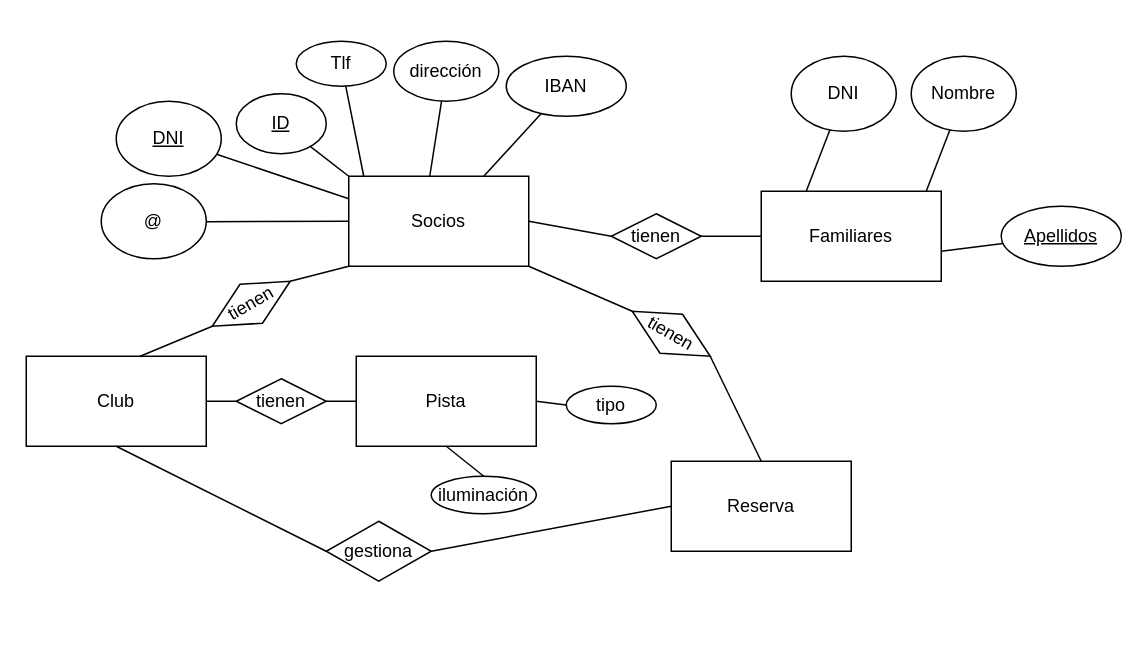
jobenmar/SolucionEjercic keeps this draw.io diagram as Diagrama sin título.drawio. Above is the earlier version. Source tidied: cells renumbered, new cells numbered last; positions are measured from the earlier drawing's top-left corner, leaving out a move shared by most shapes. Both pictures are drawn from the tidied source at 150%, with x=0, y=0 at pixel (26, 40).
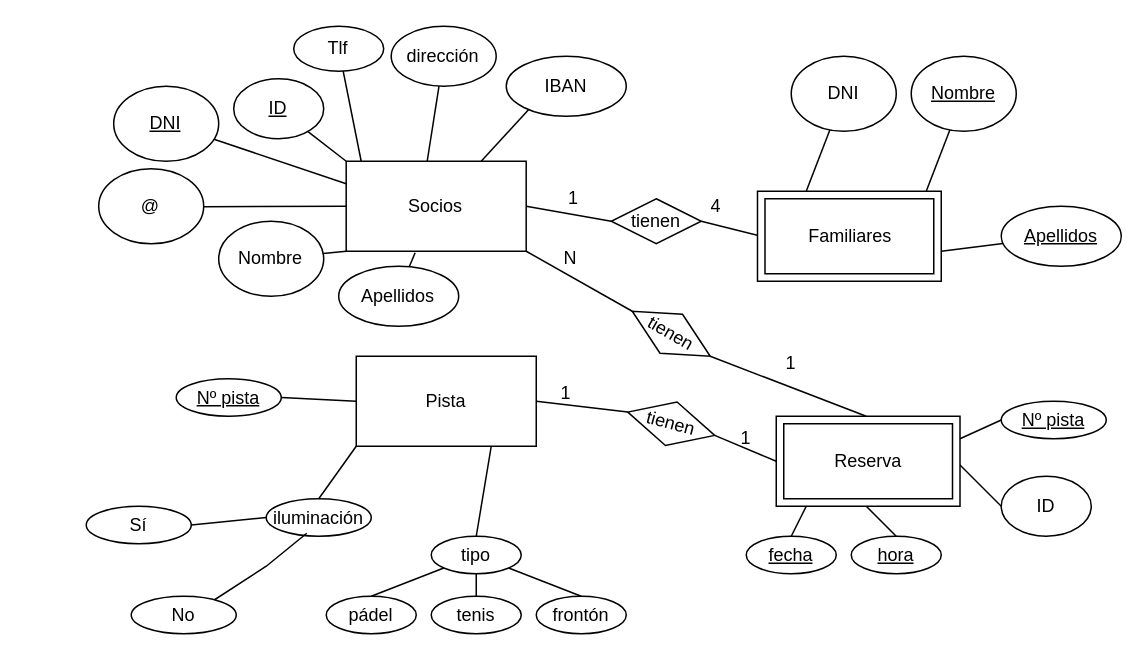
The same diagram, later.

The change refers to these unchanged cells:
```xml
<mxCell id="5" value="Pista" style="rounded=0;whiteSpace=wrap;html=1;" parent="1" vertex="1">
  <mxGeometry x="220" y="210" width="120" height="60" as="geometry" />
</mxCell>
<mxCell id="11" value="IBAN" style="ellipse;whiteSpace=wrap;html=1;" parent="1" vertex="1">
  <mxGeometry x="320" y="10" width="80" height="40" as="geometry" />
</mxCell>
<mxCell id="37" value="tienen" style="rhombus;whiteSpace=wrap;html=1;rotation=30;" parent="1" vertex="1">
  <mxGeometry x="400" y="180" width="60" height="30" as="geometry" />
</mxCell>
```

Diff of the diagram source:
```diff
@@
     <mxCell id="2" value="Socios" style="rounded=0;whiteSpace=wrap;html=1;" parent="1" vertex="1">
-      <mxGeometry x="215" y="90" width="120" height="60" as="geometry" />
+      <mxGeometry x="213.3" y="80" width="120" height="60" as="geometry" />
     </mxCell>
-    <mxCell id="3" value="Club" style="rounded=0;whiteSpace=wrap;html=1;" parent="1" vertex="1">
-      <mxGeometry y="210" width="120" height="60" as="geometry" />
-    </mxCell>
-    <mxCell id="4" value="Familiares" style="rounded=0;whiteSpace=wrap;html=1;" parent="1" vertex="1">
-      <mxGeometry x="490" y="100" width="120" height="60" as="geometry" />
-    </mxCell>
@@
     <mxCell id="7" value="dirección" style="ellipse;whiteSpace=wrap;html=1;" parent="1" vertex="1">
-      <mxGeometry x="245" width="70" height="40" as="geometry" />
+      <mxGeometry x="243.3" y="-10" width="70" height="40" as="geometry" />
     </mxCell>
     <mxCell id="8" style="endArrow=none;html=1;rounded=0;" parent="1" edge="1" target="9">
       <mxGeometry relative="1" as="geometry">
-        <mxPoint x="225" y="90" as="sourcePoint" />
+        <mxPoint x="223.3" y="80" as="sourcePoint" />
       </mxGeometry>
     </mxCell>
     <mxCell id="9" value="Tlf" style="ellipse;whiteSpace=wrap;html=1;" parent="1" vertex="1">
-      <mxGeometry x="180" width="60" height="30" as="geometry" />
+      <mxGeometry x="178.3" y="-10" width="60" height="30" as="geometry" />
     </mxCell>
-    <mxCell id="10" style="endArrow=none;html=1;rounded=0;exitX=0.75;exitY=0;exitDx=0;exitDy=0;" parent="1" edge="1" source="2" target="11">
-      <mxGeometry relative="1" as="geometry" />
+    <mxCell id="10" style="endArrow=none;html=1;rounded=0;exitX=0.75;exitY=0;exitDx=0;exitDy=0;" parent="1" edge="1" source="2">
+      <mxGeometry relative="1" as="geometry">
+        <mxPoint x="341.7" y="38.2" as="targetPoint" />
+      </mxGeometry>
     </mxCell>
@@
     <mxCell id="13" value="&lt;u&gt;ID&lt;/u&gt;" style="ellipse;whiteSpace=wrap;html=1;" parent="1" vertex="1">
-      <mxGeometry x="140" y="35" width="60" height="40" as="geometry" />
+      <mxGeometry x="138.3" y="25" width="60" height="40" as="geometry" />
     </mxCell>
@@
     <mxCell id="15" value="&lt;u&gt;DNI&lt;/u&gt;" style="ellipse;whiteSpace=wrap;html=1;" parent="1" vertex="1">
-      <mxGeometry x="60" y="40" width="70" height="50" as="geometry" />
+      <mxGeometry x="58.3" y="30" width="70" height="50" as="geometry" />
     </mxCell>
@@
     <mxCell id="17" value="@" style="ellipse;whiteSpace=wrap;html=1;" parent="1" vertex="1">
-      <mxGeometry x="50" y="95" width="70" height="50" as="geometry" />
+      <mxGeometry x="48.3" y="85" width="70" height="50" as="geometry" />
     </mxCell>
@@
-    <mxCell id="19" value="Nombre" style="ellipse;whiteSpace=wrap;html=1;" parent="1" vertex="1">
+    <mxCell id="19" value="&lt;u&gt;Nombre&lt;/u&gt;" style="ellipse;whiteSpace=wrap;html=1;" parent="1" vertex="1">
       <mxGeometry x="590" y="10" width="70" height="50" as="geometry" />
     </mxCell>
@@
-    <mxCell id="24" value="Reserva" style="rounded=0;whiteSpace=wrap;html=1;" parent="1" vertex="1">
-      <mxGeometry x="430" y="280" width="120" height="60" as="geometry" />
-    </mxCell>
     <mxCell id="25" value="tienen" style="rhombus;whiteSpace=wrap;html=1;" parent="1" vertex="1">
-      <mxGeometry x="390" y="115" width="60" height="30" as="geometry" />
+      <mxGeometry x="390" y="105" width="60" height="30" as="geometry" />
     </mxCell>
@@
-    <mxCell id="27" style="endArrow=none;html=1;rounded=0;entryX=1;entryY=0.5;entryDx=0;entryDy=0;exitX=0;exitY=0.5;exitDx=0;exitDy=0;" parent="1" edge="1" source="4" target="25">
-      <mxGeometry relative="1" as="geometry" />
+    <mxCell id="27" style="endArrow=none;html=1;rounded=0;entryX=1;entryY=0.5;entryDx=0;entryDy=0;exitX=0;exitY=0.5;exitDx=0;exitDy=0;" parent="1" edge="1" target="25">
+      <mxGeometry relative="1" as="geometry">
+        <mxPoint x="490" y="130" as="sourcePoint" />
+      </mxGeometry>
     </mxCell>
-    <mxCell id="28" value="tienen" style="rhombus;whiteSpace=wrap;html=1;" parent="1" vertex="1">
-      <mxGeometry x="140" y="225" width="60" height="30" as="geometry" />
-    </mxCell>
-    <mxCell id="29" style="endArrow=none;html=1;rounded=0;entryX=1;entryY=0.5;entryDx=0;entryDy=0;exitX=0;exitY=0.5;exitDx=0;exitDy=0;" parent="1" edge="1" source="5" target="28">
-      <mxGeometry relative="1" as="geometry" />
-    </mxCell>
-    <mxCell id="30" style="endArrow=none;html=1;rounded=0;entryX=1;entryY=0.5;entryDx=0;entryDy=0;exitX=0;exitY=0.5;exitDx=0;exitDy=0;" parent="1" edge="1" source="28" target="3">
-      <mxGeometry relative="1" as="geometry" />
-    </mxCell>
-    <mxCell id="31" value="tienen" style="rhombus;whiteSpace=wrap;html=1;rotation=-30;" parent="1" vertex="1">
-      <mxGeometry x="120" y="160" width="60" height="30" as="geometry" />
-    </mxCell>
-    <mxCell id="32" style="endArrow=none;html=1;rounded=0;entryX=1;entryY=0.5;entryDx=0;entryDy=0;exitX=0;exitY=1;exitDx=0;exitDy=0;" parent="1" edge="1" source="2" target="31">
-      <mxGeometry relative="1" as="geometry" />
-    </mxCell>
-    <mxCell id="33" style="endArrow=none;html=1;rounded=0;exitX=0.633;exitY=0;exitDx=0;exitDy=0;exitPerimeter=0;entryX=0;entryY=0.5;entryDx=0;entryDy=0;" parent="1" edge="1" source="3" target="31">
-      <mxGeometry relative="1" as="geometry" />
-    </mxCell>
-    <mxCell id="34" value="gestiona" style="rhombus;whiteSpace=wrap;html=1;rotation=0;" parent="1" vertex="1">
-      <mxGeometry x="200" y="320" width="70" height="40" as="geometry" />
-    </mxCell>
-    <mxCell id="35" style="endArrow=none;html=1;rounded=0;entryX=1;entryY=0.5;entryDx=0;entryDy=0;exitX=0;exitY=0.5;exitDx=0;exitDy=0;" parent="1" edge="1" source="24" target="34">
-      <mxGeometry relative="1" as="geometry" />
-    </mxCell>
-    <mxCell id="36" style="endArrow=none;html=1;rounded=0;entryX=0;entryY=0.5;entryDx=0;entryDy=0;exitX=0.5;exitY=1;exitDx=0;exitDy=0;" parent="1" edge="1" source="3" target="34">
-      <mxGeometry relative="1" as="geometry" />
-    </mxCell>
@@
-    <mxCell id="38" style="endArrow=none;html=1;rounded=0;exitX=0.5;exitY=0;exitDx=0;exitDy=0;entryX=1;entryY=0.5;entryDx=0;entryDy=0;" parent="1" edge="1" source="24" target="37">
-      <mxGeometry relative="1" as="geometry" />
+    <mxCell id="38" style="endArrow=none;html=1;rounded=0;exitX=0.5;exitY=0;exitDx=0;exitDy=0;entryX=1;entryY=0.5;entryDx=0;entryDy=0;" parent="1" edge="1" target="37">
+      <mxGeometry relative="1" as="geometry">
+        <mxPoint x="560" y="250" as="sourcePoint" />
+      </mxGeometry>
     </mxCell>
@@
     <mxCell id="40" value="tipo" style="ellipse;whiteSpace=wrap;html=1;" parent="1" vertex="1">
-      <mxGeometry x="360" y="230" width="60" height="25" as="geometry" />
+      <mxGeometry x="270" y="330" width="60" height="25" as="geometry" />
     </mxCell>
     <mxCell id="41" value="iluminación" style="ellipse;whiteSpace=wrap;html=1;" parent="1" vertex="1">
-      <mxGeometry x="270" y="290" width="70" height="25" as="geometry" />
+      <mxGeometry x="160" y="305" width="70" height="25" as="geometry" />
     </mxCell>
-    <mxCell id="42" style="endArrow=none;html=1;rounded=0;entryX=0.5;entryY=0;entryDx=0;entryDy=0;exitX=0.5;exitY=1;exitDx=0;exitDy=0;" parent="1" edge="1" source="5" target="41">
+    <mxCell id="42" style="endArrow=none;html=1;rounded=0;entryX=0.5;entryY=0;entryDx=0;entryDy=0;exitX=0;exitY=1;exitDx=0;exitDy=0;" parent="1" edge="1" source="5" target="41">
       <mxGeometry relative="1" as="geometry" />
     </mxCell>
-    <mxCell id="43" style="endArrow=none;html=1;rounded=0;entryX=1;entryY=0.5;entryDx=0;entryDy=0;exitX=0;exitY=0.5;exitDx=0;exitDy=0;" parent="1" edge="1" source="40" target="5">
+    <mxCell id="43" style="endArrow=none;html=1;rounded=0;entryX=0.75;entryY=1;entryDx=0;entryDy=0;exitX=0.5;exitY=0;exitDx=0;exitDy=0;" parent="1" edge="1" source="40" target="5">
       <mxGeometry relative="1" as="geometry" />
     </mxCell>
+    <mxCell id="44" value="tienen" style="rhombus;whiteSpace=wrap;html=1;rotation=15;" parent="1" vertex="1">
+      <mxGeometry x="400" y="240" width="60" height="30" as="geometry" />
+    </mxCell>
+    <mxCell id="45" style="endArrow=none;html=1;rounded=0;exitX=1;exitY=0.5;exitDx=0;exitDy=0;entryX=0;entryY=0.5;entryDx=0;entryDy=0;" parent="1" edge="1" source="5" target="44">
+      <mxGeometry relative="1" as="geometry" />
+    </mxCell>
+    <mxCell id="46" style="endArrow=none;html=1;rounded=0;entryX=1;entryY=0.5;entryDx=0;entryDy=0;exitX=0;exitY=0.5;exitDx=0;exitDy=0;" parent="1" edge="1" target="44">
+      <mxGeometry relative="1" as="geometry">
+        <mxPoint x="500" y="280" as="sourcePoint" />
+      </mxGeometry>
+    </mxCell>
+    <mxCell id="47" value="&lt;u&gt;fecha&lt;/u&gt;" style="ellipse;whiteSpace=wrap;html=1;" parent="1" vertex="1">
+      <mxGeometry x="480" y="330" width="60" height="25" as="geometry" />
+    </mxCell>
+    <mxCell id="48" value="&lt;u&gt;hora&lt;/u&gt;" style="ellipse;whiteSpace=wrap;html=1;" parent="1" vertex="1">
+      <mxGeometry x="550" y="330" width="60" height="25" as="geometry" />
+    </mxCell>
+    <mxCell id="49" value="pádel" style="ellipse;whiteSpace=wrap;html=1;" parent="1" vertex="1">
+      <mxGeometry x="200" y="370" width="60" height="25" as="geometry" />
+    </mxCell>
+    <mxCell id="50" value="tenis" style="ellipse;whiteSpace=wrap;html=1;" parent="1" vertex="1">
+      <mxGeometry x="270" y="370" width="60" height="25" as="geometry" />
+    </mxCell>
+    <mxCell id="51" value="frontón" style="ellipse;whiteSpace=wrap;html=1;" parent="1" vertex="1">
+      <mxGeometry x="340" y="370" width="60" height="25" as="geometry" />
+    </mxCell>
+    <mxCell id="52" style="endArrow=none;html=1;rounded=0;entryX=0.5;entryY=0;entryDx=0;entryDy=0;exitX=0;exitY=1;exitDx=0;exitDy=0;" parent="1" edge="1" source="40" target="49">
+      <mxGeometry relative="1" as="geometry" />
+    </mxCell>
+    <mxCell id="53" style="endArrow=none;html=1;rounded=0;entryX=0.5;entryY=0;entryDx=0;entryDy=0;exitX=0.5;exitY=1;exitDx=0;exitDy=0;" parent="1" edge="1" source="40" target="50">
+      <mxGeometry relative="1" as="geometry" />
+    </mxCell>
+    <mxCell id="54" style="endArrow=none;html=1;rounded=0;entryX=0.5;entryY=0;entryDx=0;entryDy=0;exitX=1;exitY=1;exitDx=0;exitDy=0;" parent="1" edge="1" source="40" target="51">
+      <mxGeometry relative="1" as="geometry" />
+    </mxCell>
+    <mxCell id="55" style="endArrow=none;html=1;rounded=0;entryX=0.386;entryY=0.92;entryDx=0;entryDy=0;entryPerimeter=0;exitX=0.757;exitY=0.16;exitDx=0;exitDy=0;exitPerimeter=0;" parent="1" edge="1" source="58" target="41">
+      <mxGeometry relative="1" as="geometry">
+        <Array as="points">
+          <mxPoint x="160" y="350" />
+        </Array>
+      </mxGeometry>
+    </mxCell>
+    <mxCell id="56" style="endArrow=none;html=1;rounded=0;entryX=0;entryY=0.5;entryDx=0;entryDy=0;exitX=1;exitY=0.5;exitDx=0;exitDy=0;" parent="1" edge="1" source="57" target="41">
+      <mxGeometry relative="1" as="geometry" />
+    </mxCell>
+    <mxCell id="57" value="Sí" style="ellipse;whiteSpace=wrap;html=1;" parent="1" vertex="1">
+      <mxGeometry x="40" y="310" width="70" height="25" as="geometry" />
+    </mxCell>
+    <mxCell id="58" value="No" style="ellipse;whiteSpace=wrap;html=1;" parent="1" vertex="1">
+      <mxGeometry x="70" y="370" width="70" height="25" as="geometry" />
+    </mxCell>
+    <mxCell id="59" value="&lt;u&gt;Nº pista&lt;/u&gt;" style="ellipse;whiteSpace=wrap;html=1;" parent="1" vertex="1">
+      <mxGeometry x="100" y="225" width="70" height="25" as="geometry" />
+    </mxCell>
+    <mxCell id="60" style="endArrow=none;html=1;rounded=0;entryX=1;entryY=0.5;entryDx=0;entryDy=0;exitX=0;exitY=0.5;exitDx=0;exitDy=0;" parent="1" edge="1" source="5" target="59">
+      <mxGeometry relative="1" as="geometry" />
+    </mxCell>
+    <mxCell id="61" style="endArrow=none;html=1;rounded=0;entryX=0.5;entryY=0;entryDx=0;entryDy=0;" parent="1" edge="1" target="47">
+      <mxGeometry relative="1" as="geometry">
+        <mxPoint x="520" y="310" as="sourcePoint" />
+      </mxGeometry>
+    </mxCell>
+    <mxCell id="62" style="endArrow=none;html=1;rounded=0;entryX=0.5;entryY=1;entryDx=0;entryDy=0;exitX=0.5;exitY=0;exitDx=0;exitDy=0;" parent="1" edge="1" source="48">
+      <mxGeometry relative="1" as="geometry">
+        <mxPoint x="560" y="310" as="targetPoint" />
+      </mxGeometry>
+    </mxCell>
+    <mxCell id="63" value="ID" style="ellipse;whiteSpace=wrap;html=1;" parent="1" vertex="1">
+      <mxGeometry x="650" y="290" width="60" height="40" as="geometry" />
+    </mxCell>
+    <mxCell id="64" style="endArrow=none;html=1;rounded=0;entryX=0;entryY=0.5;entryDx=0;entryDy=0;exitX=1;exitY=0.5;exitDx=0;exitDy=0;" parent="1" edge="1" target="63">
+      <mxGeometry relative="1" as="geometry">
+        <mxPoint x="620" y="280" as="sourcePoint" />
+      </mxGeometry>
+    </mxCell>
+    <mxCell id="4" value="Familiares" style="shape=ext;margin=3;double=1;whiteSpace=wrap;html=1;align=center;" parent="1" vertex="1">
+      <mxGeometry x="487.5" y="100" width="122.5" height="60" as="geometry" />
+    </mxCell>
+    <mxCell id="24" value="Reserva" style="shape=ext;margin=3;double=1;whiteSpace=wrap;html=1;align=center;" parent="1" vertex="1">
+      <mxGeometry x="500" y="250" width="122.5" height="60" as="geometry" />
+    </mxCell>
+    <mxCell id="65" value="&lt;u&gt;Nº pista&lt;/u&gt;" style="ellipse;whiteSpace=wrap;html=1;" parent="1" vertex="1">
+      <mxGeometry x="650" y="240" width="70" height="25" as="geometry" />
+    </mxCell>
+    <mxCell id="66" style="endArrow=none;html=1;rounded=0;entryX=0;entryY=0.5;entryDx=0;entryDy=0;exitX=1;exitY=0.25;exitDx=0;exitDy=0;" parent="1" edge="1" source="24" target="65">
+      <mxGeometry relative="1" as="geometry" />
+    </mxCell>
+    <mxCell id="67" style="endArrow=none;html=1;rounded=0;exitX=0;exitY=1;exitDx=0;exitDy=0;" parent="1" edge="1" source="2" target="68">
+      <mxGeometry relative="1" as="geometry" />
+    </mxCell>
+    <mxCell id="68" value="Nombre" style="ellipse;whiteSpace=wrap;html=1;" parent="1" vertex="1">
+      <mxGeometry x="128.3" y="120" width="70" height="50" as="geometry" />
+    </mxCell>
+    <mxCell id="69" style="endArrow=none;html=1;rounded=0;exitX=0.383;exitY=1.017;exitDx=0;exitDy=0;exitPerimeter=0;" parent="1" edge="1" source="2" target="70">
+      <mxGeometry relative="1" as="geometry" />
+    </mxCell>
+    <mxCell id="70" value="Apellidos" style="ellipse;whiteSpace=wrap;html=1;" parent="1" vertex="1">
+      <mxGeometry x="208.3" y="150" width="80" height="40" as="geometry" />
+    </mxCell>
+    <mxCell id="71" value="1" style="text;strokeColor=none;align=center;fillColor=none;html=1;verticalAlign=middle;whiteSpace=wrap;rounded=0;" parent="1" vertex="1">
+      <mxGeometry x="330" y="220" width="60" height="30" as="geometry" />
+    </mxCell>
+    <mxCell id="72" value="1" style="text;strokeColor=none;align=center;fillColor=none;html=1;verticalAlign=middle;whiteSpace=wrap;rounded=0;" parent="1" vertex="1">
+      <mxGeometry x="450" y="250" width="60" height="30" as="geometry" />
+    </mxCell>
+    <mxCell id="73" value="1" style="text;strokeColor=none;align=center;fillColor=none;html=1;verticalAlign=middle;whiteSpace=wrap;rounded=0;" parent="1" vertex="1">
+      <mxGeometry x="335" y="90" width="60" height="30" as="geometry" />
+    </mxCell>
+    <mxCell id="74" value="4" style="text;strokeColor=none;align=center;fillColor=none;html=1;verticalAlign=middle;whiteSpace=wrap;rounded=0;" parent="1" vertex="1">
+      <mxGeometry x="430" y="95" width="60" height="30" as="geometry" />
+    </mxCell>
+    <mxCell id="75" value="1" style="text;strokeColor=none;align=center;fillColor=none;html=1;verticalAlign=middle;whiteSpace=wrap;rounded=0;" parent="1" vertex="1">
+      <mxGeometry x="480" y="200" width="60" height="30" as="geometry" />
+    </mxCell>
+    <mxCell id="76" value="N" style="text;strokeColor=none;align=center;fillColor=none;html=1;verticalAlign=middle;whiteSpace=wrap;rounded=0;" parent="1" vertex="1">
+      <mxGeometry x="333.3" y="130" width="60" height="30" as="geometry" />
+    </mxCell>
```
